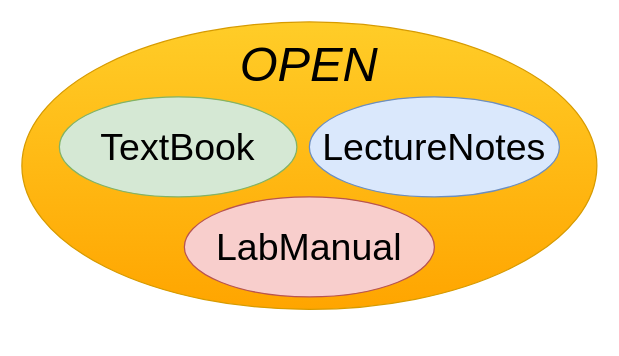
OpenOSOrg/openos keeps this draw.io diagram as content/images/src/logo.drawio. Above is the earlier version. Source tidied: cells renumbered, new cells numbered last; positions are measured from the earlier drawing's top-left corner, leaving out a move shared by most shapes. Both pictures are drawn from the tidied source at 125%, with x=0, y=0 at pixel (21, 21).
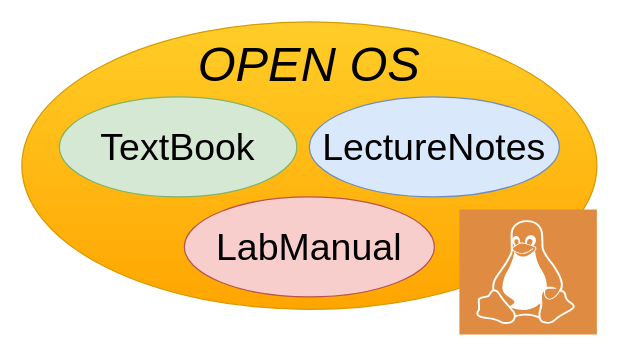
The same page after the edit.

Commit message (it also covers changes not shown here):
- bunch of changes, and test modification of logo

Diff of the diagram source:
```diff
@@
 <mxGraphModel>
   <root>
     <mxCell id="0" />
     <mxCell id="1" parent="0" />
     <mxCell id="2" style="ellipse;whiteSpace=wrap;html=1;fontSize=30;fillColor=#ffcd28;gradientColor=#ffa500;strokeColor=#d79b00;" parent="1" vertex="1">
       <mxGeometry width="460" height="230" as="geometry" />
     </mxCell>
     <mxCell id="3" value="TextBook" style="ellipse;whiteSpace=wrap;html=1;fontSize=30;fillColor=#d5e8d4;strokeColor=#82b366;" parent="1" vertex="1">
       <mxGeometry x="30" y="60" width="190" height="80" as="geometry" />
     </mxCell>
     <mxCell id="4" value="LabManual" style="ellipse;whiteSpace=wrap;html=1;fontSize=30;fillColor=#f8cecc;strokeColor=#b85450;" parent="1" vertex="1">
       <mxGeometry x="130" y="140" width="200" height="80" as="geometry" />
     </mxCell>
     <mxCell id="5" value="LectureNotes" style="ellipse;whiteSpace=wrap;html=1;fontSize=30;fillColor=#dae8fc;strokeColor=#6c8ebf;" parent="1" vertex="1">
       <mxGeometry x="230" y="60" width="200" height="80" as="geometry" />
     </mxCell>
-    <mxCell id="6" value="OPEN" style="text;html=1;strokeColor=none;fillColor=none;align=center;verticalAlign=middle;whiteSpace=wrap;rounded=0;fontSize=39;fontStyle=2;" parent="1" vertex="1">
+    <mxCell id="6" value="OPEN OS" style="text;html=1;strokeColor=none;fillColor=none;align=center;verticalAlign=middle;whiteSpace=wrap;rounded=0;fontSize=39;fontStyle=2;" parent="1" vertex="1">
       <mxGeometry x="45" y="20" width="370" height="30" as="geometry" />
     </mxCell>
+    <mxCell id="7" style="sketch=0;shadow=0;dashed=0;strokeColor=none;fillColor=#DF8C42;labelPosition=center;verticalLabelPosition=bottom;verticalAlign=top;align=center;shape=mxgraph.veeam2.linux;" parent="1" vertex="1">
+      <mxGeometry x="350" y="150" width="110" height="100" as="geometry" />
+    </mxCell>
   </root>
 </mxGraphModel>
```
